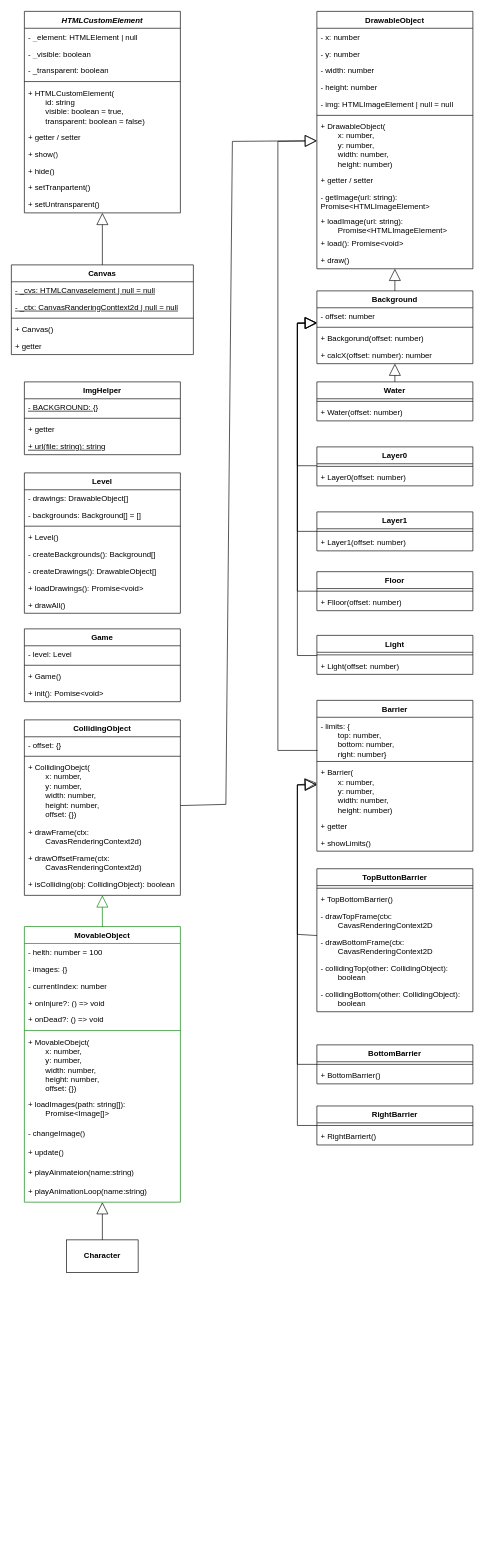
elma1989/sharkie keeps this draw.io diagram as docs/classes.drawio. Above is the earlier version. Source tidied: cells renumbered, new cells numbered last; positions are measured from the earlier drawing's top-left corner, leaving out a move shared by most shapes. Both pictures are drawn from the tidied source at 65%, with x=0, y=0 at pixel (11, 11).
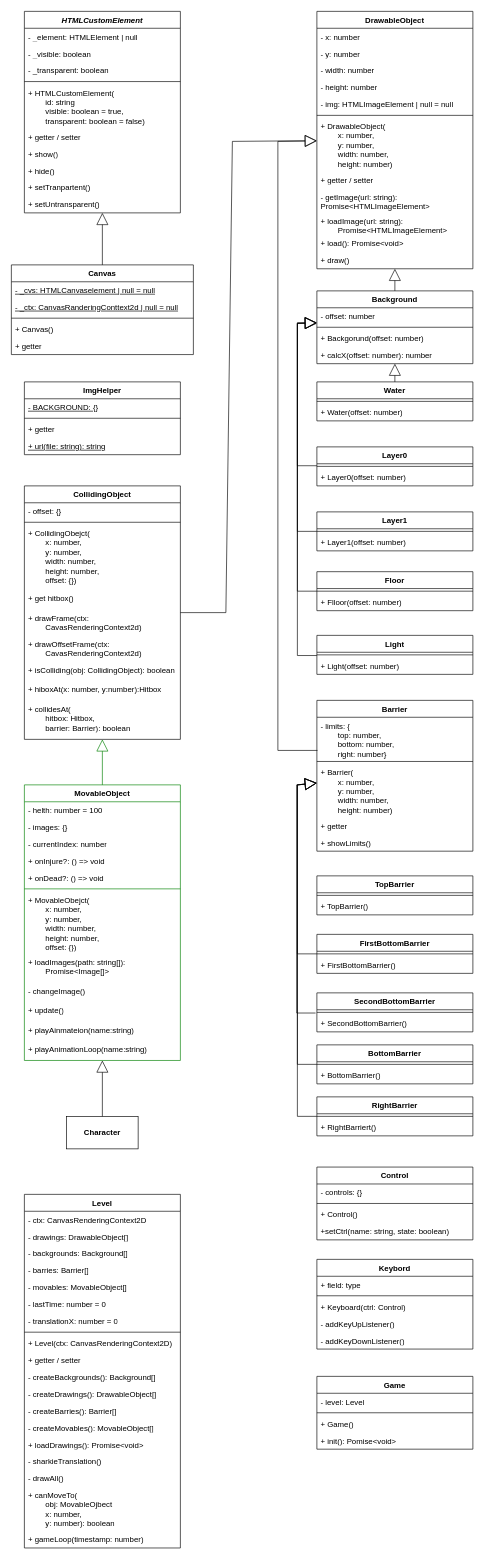
Above is the later version.

Unchanged cells that the change refers to:
```xml
<mxCell id="38" value="Barrier" style="swimlane;fontStyle=1;align=center;verticalAlign=top;horizontal=1;startSize=26;whiteSpace=wrap;html=1;" parent="1" vertex="1">
  <mxGeometry x="470" y="1060" width="240" height="232" as="geometry" />
</mxCell>
<mxCell id="45" value="BottomBarrier" style="swimlane;fontStyle=1;align=center;verticalAlign=top;horizontal=1;startSize=26;whiteSpace=wrap;html=1;" parent="1" vertex="1">
  <mxGeometry x="470" y="1590" width="240" height="60" as="geometry" />
</mxCell>
<mxCell id="72" value="DrawableObject" style="swimlane;fontStyle=1;align=center;verticalAlign=top;horizontal=1;startSize=26;whiteSpace=wrap;html=1;" parent="1" vertex="1">
  <mxGeometry x="470" width="240" height="396" as="geometry" />
</mxCell>
```

What changed in the source:
```diff
@@
     <mxCell id="12" value="Game" style="swimlane;fontStyle=1;align=center;verticalAlign=top;horizontal=1;startSize=26;whiteSpace=wrap;html=1;" parent="1" vertex="1">
-      <mxGeometry x="20" y="950" width="240" height="112" as="geometry" />
+      <mxGeometry x="470" y="2100" width="240" height="112" as="geometry" />
     </mxCell>
@@
-    <mxCell id="48" style="endArrow=block;endSize=16;endFill=0;html=1;rounded=0;" parent="1" edge="1" source="111" target="38">
+    <mxCell id="48" style="endArrow=block;endSize=16;endFill=0;html=1;rounded=0;" parent="1" edge="1" target="38">
       <mxGeometry relative="1" as="geometry">
+        <mxPoint x="470" y="1450" as="sourcePoint" />
         <Array as="points">
-          <mxPoint x="440" y="1420" />
+          <mxPoint x="440" y="1450" />
           <mxPoint x="440" y="1190" />
         </Array>
       </mxGeometry>
     </mxCell>
-    <mxCell id="49" style="endArrow=block;endSize=16;endFill=0;html=1;rounded=0;" parent="1" edge="1" source="45">
+    <mxCell id="49" style="endArrow=block;endSize=16;endFill=0;html=1;rounded=0;" parent="1" edge="1" source="45" target="38">
       <mxGeometry relative="1" as="geometry">
-        <mxPoint x="470" y="1190" as="targetPoint" />
         <Array as="points">
           <mxPoint x="440" y="1620" />
           <mxPoint x="440" y="1190" />
         </Array>
       </mxGeometry>
     </mxCell>
     <mxCell id="50" value="RightBarrier" style="swimlane;fontStyle=1;align=center;verticalAlign=top;horizontal=1;startSize=26;whiteSpace=wrap;html=1;" parent="1" vertex="1">
-      <mxGeometry x="470" y="1684" width="240" height="60" as="geometry" />
+      <mxGeometry x="470" y="1670" width="240" height="60" as="geometry" />
     </mxCell>
@@
-    <mxCell id="53" style="endArrow=block;endSize=16;endFill=0;html=1;rounded=0;" parent="1" edge="1" source="50">
+    <mxCell id="53" style="endArrow=block;endSize=16;endFill=0;html=1;rounded=0;" parent="1" edge="1" source="50" target="38">
       <mxGeometry relative="1" as="geometry">
-        <mxPoint x="470" y="1190" as="targetPoint" />
         <Array as="points">
-          <mxPoint x="440" y="1714" />
+          <mxPoint x="440" y="1700" />
           <mxPoint x="440" y="1190" />
         </Array>
       </mxGeometry>
     </mxCell>
@@
     <mxCell id="85" value="Level" style="swimlane;fontStyle=1;align=center;verticalAlign=top;horizontal=1;startSize=26;whiteSpace=wrap;html=1;" parent="1" vertex="1">
-      <mxGeometry x="20" y="710" width="240" height="216" as="geometry" />
+      <mxGeometry x="20" y="1820" width="240" height="544" as="geometry" />
     </mxCell>
+    <mxCell id="125" value="- ctx: CanvasRenderingContext2D" style="text;strokeColor=none;fillColor=none;align=left;verticalAlign=top;spacingLeft=4;spacingRight=4;overflow=hidden;whiteSpace=wrap;html=1;" parent="85" vertex="1">
+      <mxGeometry y="26" width="240" height="26" as="geometry" />
+    </mxCell>
     <mxCell id="86" value="- drawings: DrawableObject[]" style="text;strokeColor=none;fillColor=none;align=left;verticalAlign=top;spacingLeft=4;spacingRight=4;overflow=hidden;whiteSpace=wrap;html=1;" parent="85" vertex="1">
-      <mxGeometry y="26" width="240" height="26" as="geometry" />
+      <mxGeometry y="52" width="240" height="26" as="geometry" />
     </mxCell>
-    <mxCell id="87" value="- backgrounds: Background[] = []" style="text;strokeColor=none;fillColor=none;align=left;verticalAlign=top;spacingLeft=4;spacingRight=4;overflow=hidden;whiteSpace=wrap;html=1;" parent="85" vertex="1">
-      <mxGeometry y="52" width="240" height="26" as="geometry" />
+    <mxCell id="87" value="- backgrounds: Background[]" style="text;strokeColor=none;fillColor=none;align=left;verticalAlign=top;spacingLeft=4;spacingRight=4;overflow=hidden;whiteSpace=wrap;html=1;" parent="85" vertex="1">
+      <mxGeometry y="78" width="240" height="26" as="geometry" />
     </mxCell>
+    <mxCell id="126" value="- barries: Barrier[]" style="text;strokeColor=none;fillColor=none;align=left;verticalAlign=top;spacingLeft=4;spacingRight=4;overflow=hidden;whiteSpace=wrap;html=1;" parent="85" vertex="1">
+      <mxGeometry y="104" width="240" height="26" as="geometry" />
+    </mxCell>
+    <mxCell id="127" value="- movables: MovableObject[]" style="text;strokeColor=none;fillColor=none;align=left;verticalAlign=top;spacingLeft=4;spacingRight=4;overflow=hidden;whiteSpace=wrap;html=1;" parent="85" vertex="1">
+      <mxGeometry y="130" width="240" height="26" as="geometry" />
+    </mxCell>
+    <mxCell id="128" value="- lastTime: number = 0" style="text;strokeColor=none;fillColor=none;align=left;verticalAlign=top;spacingLeft=4;spacingRight=4;overflow=hidden;whiteSpace=wrap;html=1;" parent="85" vertex="1">
+      <mxGeometry y="156" width="240" height="26" as="geometry" />
+    </mxCell>
+    <mxCell id="129" value="- translationX: number = 0" style="text;strokeColor=none;fillColor=none;align=left;verticalAlign=top;spacingLeft=4;spacingRight=4;overflow=hidden;whiteSpace=wrap;html=1;" parent="85" vertex="1">
+      <mxGeometry y="182" width="240" height="26" as="geometry" />
+    </mxCell>
     <mxCell id="88" style="line;strokeWidth=1;fillColor=none;align=left;verticalAlign=middle;spacingTop=-1;spacingLeft=3;spacingRight=3;labelPosition=right;strokeColor=inherit;" parent="85" vertex="1">
-      <mxGeometry y="78" width="240" height="8" as="geometry" />
+      <mxGeometry y="208" width="240" height="8" as="geometry" />
     </mxCell>
-    <mxCell id="89" value="+ Level()" style="text;strokeColor=none;fillColor=none;align=left;verticalAlign=top;spacingLeft=4;spacingRight=4;overflow=hidden;whiteSpace=wrap;html=1;" parent="85" vertex="1">
-      <mxGeometry y="86" width="240" height="26" as="geometry" />
+    <mxCell id="89" value="+ Level(ctx: CanvasRenderingContext2D)" style="text;strokeColor=none;fillColor=none;align=left;verticalAlign=top;spacingLeft=4;spacingRight=4;overflow=hidden;whiteSpace=wrap;html=1;" parent="85" vertex="1">
+      <mxGeometry y="216" width="240" height="26" as="geometry" />
     </mxCell>
+    <mxCell id="130" value="+ getter / setter" style="text;strokeColor=none;fillColor=none;align=left;verticalAlign=top;spacingLeft=4;spacingRight=4;overflow=hidden;whiteSpace=wrap;html=1;" parent="85" vertex="1">
+      <mxGeometry y="242" width="240" height="26" as="geometry" />
+    </mxCell>
     <mxCell id="90" value="- createBackgrounds(): Background[]" style="text;strokeColor=none;fillColor=none;align=left;verticalAlign=top;spacingLeft=4;spacingRight=4;overflow=hidden;whiteSpace=wrap;html=1;" parent="85" vertex="1">
-      <mxGeometry y="112" width="240" height="26" as="geometry" />
+      <mxGeometry y="268" width="240" height="26" as="geometry" />
     </mxCell>
     <mxCell id="91" value="- createDrawings(): DrawableObject[]" style="text;strokeColor=none;fillColor=none;align=left;verticalAlign=top;spacingLeft=4;spacingRight=4;overflow=hidden;whiteSpace=wrap;html=1;" parent="85" vertex="1">
-      <mxGeometry y="138" width="240" height="26" as="geometry" />
+      <mxGeometry y="294" width="240" height="26" as="geometry" />
     </mxCell>
+    <mxCell id="131" value="- createBarries(): Barrier[]" style="text;strokeColor=none;fillColor=none;align=left;verticalAlign=top;spacingLeft=4;spacingRight=4;overflow=hidden;whiteSpace=wrap;html=1;" parent="85" vertex="1">
+      <mxGeometry y="320" width="240" height="26" as="geometry" />
+    </mxCell>
+    <mxCell id="132" value="- createMovables(): MovableObject[]" style="text;strokeColor=none;fillColor=none;align=left;verticalAlign=top;spacingLeft=4;spacingRight=4;overflow=hidden;whiteSpace=wrap;html=1;" parent="85" vertex="1">
+      <mxGeometry y="346" width="240" height="26" as="geometry" />
+    </mxCell>
     <mxCell id="92" value="+ loadDrawings(): Promise&amp;lt;void&amp;gt;" style="text;strokeColor=none;fillColor=none;align=left;verticalAlign=top;spacingLeft=4;spacingRight=4;overflow=hidden;whiteSpace=wrap;html=1;" parent="85" vertex="1">
-      <mxGeometry y="164" width="240" height="26" as="geometry" />
+      <mxGeometry y="372" width="240" height="26" as="geometry" />
     </mxCell>
+    <mxCell id="133" value="- sharkieTranslation()" style="text;strokeColor=none;fillColor=none;align=left;verticalAlign=top;spacingLeft=4;spacingRight=4;overflow=hidden;whiteSpace=wrap;html=1;" parent="85" vertex="1">
+      <mxGeometry y="398" width="240" height="26" as="geometry" />
+    </mxCell>
-    <mxCell id="93" value="+ drawAll()" style="text;strokeColor=none;fillColor=none;align=left;verticalAlign=top;spacingLeft=4;spacingRight=4;overflow=hidden;whiteSpace=wrap;html=1;" parent="85" vertex="1">
-      <mxGeometry y="190" width="240" height="26" as="geometry" />
+    <mxCell id="93" value="- drawAll()" style="text;strokeColor=none;fillColor=none;align=left;verticalAlign=top;spacingLeft=4;spacingRight=4;overflow=hidden;whiteSpace=wrap;html=1;" parent="85" vertex="1">
+      <mxGeometry y="424" width="240" height="26" as="geometry" />
     </mxCell>
+    <mxCell id="134" value="+ canMoveTo(&lt;div&gt;&lt;span style=&quot;white-space: pre;&quot;&gt;&#9;obj: MovableOjbect&lt;span style=&quot;white-space: pre;&quot;&gt;&#9;&lt;/span&gt;&lt;/span&gt;&lt;/div&gt;&lt;div&gt;&lt;span style=&quot;white-space: pre;&quot;&gt;&#9;&lt;/span&gt;x: number,&lt;br&gt;&lt;/div&gt;&lt;div&gt;&lt;span style=&quot;white-space: pre;&quot;&gt;&#9;&lt;/span&gt;y: number): boolean&lt;br&gt;&lt;/div&gt;&lt;div&gt;&lt;span style=&quot;white-space: pre;&quot;&gt;&#9;&lt;/span&gt;&lt;br&gt;&lt;/div&gt;" style="text;strokeColor=none;fillColor=none;align=left;verticalAlign=top;spacingLeft=4;spacingRight=4;overflow=hidden;whiteSpace=wrap;html=1;" parent="85" vertex="1">
+      <mxGeometry y="450" width="240" height="68" as="geometry" />
+    </mxCell>
+    <mxCell id="135" value="+ gameLoop(timestamp: number)" style="text;strokeColor=none;fillColor=none;align=left;verticalAlign=top;spacingLeft=4;spacingRight=4;overflow=hidden;whiteSpace=wrap;html=1;" parent="85" vertex="1">
+      <mxGeometry y="518" width="240" height="26" as="geometry" />
+    </mxCell>
     <mxCell id="94" style="endArrow=block;endSize=16;endFill=0;html=1;rounded=0;strokeColor=default;" parent="1" edge="1" source="118" target="72">
       <mxGeometry relative="1" as="geometry">
         <Array as="points">
-          <mxPoint x="330" y="1220" />
+          <mxPoint x="330" y="925" />
           <mxPoint x="340" y="200" />
         </Array>
       </mxGeometry>
     </mxCell>
     <mxCell id="95" value="&lt;b&gt;Character&lt;/b&gt;" style="html=1;whiteSpace=wrap;strokeColor=default;" parent="1" vertex="1">
-      <mxGeometry x="85" y="1890" width="110" height="50" as="geometry" />
+      <mxGeometry x="85" y="1700" width="110" height="50" as="geometry" />
     </mxCell>
@@
     <mxCell id="97" value="MovableObject" style="swimlane;fontStyle=1;align=center;verticalAlign=top;horizontal=1;startSize=26;whiteSpace=wrap;html=1;strokeColor=light-dark(#008000,#80FF80);" parent="1" vertex="1">
-      <mxGeometry x="20" y="1408" width="240" height="424" as="geometry" />
+      <mxGeometry x="20" y="1190" width="240" height="424" as="geometry" />
     </mxCell>
@@
-    <mxCell id="111" value="TopButtonBarrier" style="swimlane;fontStyle=1;align=center;verticalAlign=top;horizontal=1;startSize=26;whiteSpace=wrap;html=1;" parent="1" vertex="1">
-      <mxGeometry x="470" y="1319" width="240" height="220" as="geometry" />
-    </mxCell>
-    <mxCell id="112" style="line;strokeWidth=1;fillColor=none;align=left;verticalAlign=middle;spacingTop=-1;spacingLeft=3;spacingRight=3;labelPosition=right;strokeColor=inherit;" parent="111" vertex="1">
-      <mxGeometry y="26" width="240" height="8" as="geometry" />
-    </mxCell>
-    <mxCell id="113" value="+ TopBottomBarrier()" style="text;strokeColor=none;fillColor=none;align=left;verticalAlign=top;spacingLeft=4;spacingRight=4;overflow=hidden;whiteSpace=wrap;html=1;" parent="111" vertex="1">
-      <mxGeometry y="34" width="240" height="26" as="geometry" />
-    </mxCell>
-    <mxCell id="114" value="- drawTopFrame(ctx:&lt;div&gt;&lt;span style=&quot;white-space: pre;&quot;&gt;&#9;&lt;/span&gt;CavasRenderingContext2D&lt;br&gt;&lt;/div&gt;" style="text;strokeColor=none;fillColor=none;align=left;verticalAlign=top;spacingLeft=4;spacingRight=4;overflow=hidden;whiteSpace=wrap;html=1;" parent="111" vertex="1">
-      <mxGeometry y="60" width="240" height="40" as="geometry" />
-    </mxCell>
-    <mxCell id="115" value="- drawBottomFrame(ctx:&lt;div&gt;&lt;span style=&quot;white-space: pre;&quot;&gt;&#9;&lt;/span&gt;CavasRenderingContext2D&lt;br&gt;&lt;/div&gt;" style="text;strokeColor=none;fillColor=none;align=left;verticalAlign=top;spacingLeft=4;spacingRight=4;overflow=hidden;whiteSpace=wrap;html=1;" parent="111" vertex="1">
-      <mxGeometry y="100" width="240" height="40" as="geometry" />
-    </mxCell>
-    <mxCell id="116" value="- collidingTop(other: CollidingObject):&lt;div&gt;&lt;span style=&quot;white-space: pre;&quot;&gt;&#9;&lt;/span&gt;boolean&lt;br&gt;&lt;/div&gt;" style="text;strokeColor=none;fillColor=none;align=left;verticalAlign=top;spacingLeft=4;spacingRight=4;overflow=hidden;whiteSpace=wrap;html=1;" parent="111" vertex="1">
-      <mxGeometry y="140" width="240" height="40" as="geometry" />
-    </mxCell>
-    <mxCell id="117" value="- collidingBottom(other: CollidingObject):&lt;div&gt;&lt;span style=&quot;white-space: pre;&quot;&gt;&#9;&lt;/span&gt;boolean&lt;br&gt;&lt;/div&gt;" style="text;strokeColor=none;fillColor=none;align=left;verticalAlign=top;spacingLeft=4;spacingRight=4;overflow=hidden;whiteSpace=wrap;html=1;" parent="111" vertex="1">
-      <mxGeometry y="180" width="240" height="40" as="geometry" />
-    </mxCell>
     <mxCell id="118" value="CollidingObject" style="swimlane;fontStyle=1;align=center;verticalAlign=top;horizontal=1;startSize=26;whiteSpace=wrap;html=1;" parent="1" vertex="1">
-      <mxGeometry x="20" y="1090" width="240" height="270" as="geometry" />
+      <mxGeometry x="20" y="730" width="240" height="390" as="geometry" />
     </mxCell>
@@
+    <mxCell id="136" value="+ get hitbox()" style="text;strokeColor=none;fillColor=none;align=left;verticalAlign=top;spacingLeft=4;spacingRight=4;overflow=hidden;whiteSpace=wrap;html=1;" parent="118" vertex="1">
+      <mxGeometry y="160" width="240" height="30" as="geometry" />
+    </mxCell>
     <mxCell id="122" value="+ drawFrame(ctx:&lt;div&gt;&lt;span style=&quot;white-space: pre;&quot;&gt;&#9;&lt;/span&gt;CavasRenderingContext2d)&lt;/div&gt;" style="text;strokeColor=none;fillColor=none;align=left;verticalAlign=top;spacingLeft=4;spacingRight=4;overflow=hidden;whiteSpace=wrap;html=1;" parent="118" vertex="1">
-      <mxGeometry y="160" width="240" height="40" as="geometry" />
+      <mxGeometry y="190" width="240" height="40" as="geometry" />
     </mxCell>
     <mxCell id="123" value="+ drawOffsetFrame(ctx:&lt;div&gt;&lt;span style=&quot;white-space: pre;&quot;&gt;&#9;&lt;/span&gt;CavasRenderingContext2d)&lt;/div&gt;" style="text;strokeColor=none;fillColor=none;align=left;verticalAlign=top;spacingLeft=4;spacingRight=4;overflow=hidden;whiteSpace=wrap;html=1;" parent="118" vertex="1">
-      <mxGeometry y="200" width="240" height="40" as="geometry" />
+      <mxGeometry y="230" width="240" height="40" as="geometry" />
     </mxCell>
     <mxCell id="124" value="+ isColliding(obj: CollidingObject): boolean" style="text;strokeColor=none;fillColor=none;align=left;verticalAlign=top;spacingLeft=4;spacingRight=4;overflow=hidden;whiteSpace=wrap;html=1;" parent="118" vertex="1">
-      <mxGeometry y="240" width="240" height="30" as="geometry" />
+      <mxGeometry y="270" width="240" height="30" as="geometry" />
     </mxCell>
+    <mxCell id="137" value="+ hiboxAt(x: number, y:number):&lt;span style=&quot;background-color: transparent; color: light-dark(rgb(0, 0, 0), rgb(255, 255, 255));&quot;&gt;Hitbox&lt;/span&gt;" style="text;strokeColor=none;fillColor=none;align=left;verticalAlign=top;spacingLeft=4;spacingRight=4;overflow=hidden;whiteSpace=wrap;html=1;" parent="118" vertex="1">
+      <mxGeometry y="300" width="240" height="30" as="geometry" />
+    </mxCell>
+    <mxCell id="138" value="+ collidesAt(&lt;div&gt;&lt;span style=&quot;white-space: pre;&quot;&gt;&#9;&lt;/span&gt;hitbox: Hitbox,&lt;br&gt;&lt;/div&gt;&lt;div&gt;&lt;span style=&quot;white-space: pre;&quot;&gt;&#9;&lt;/span&gt;barrier: Barrier): boolean&lt;br&gt;&lt;/div&gt;" style="text;strokeColor=none;fillColor=none;align=left;verticalAlign=top;spacingLeft=4;spacingRight=4;overflow=hidden;whiteSpace=wrap;html=1;" parent="118" vertex="1">
+      <mxGeometry y="330" width="240" height="60" as="geometry" />
+    </mxCell>
+    <mxCell id="139" value="Keybord" style="swimlane;fontStyle=1;align=center;verticalAlign=top;horizontal=1;startSize=26;whiteSpace=wrap;html=1;" parent="1" vertex="1">
+      <mxGeometry x="470" y="1920" width="240" height="138" as="geometry" />
+    </mxCell>
+    <mxCell id="140" value="+ field: type" style="text;strokeColor=none;fillColor=none;align=left;verticalAlign=top;spacingLeft=4;spacingRight=4;overflow=hidden;whiteSpace=wrap;html=1;" parent="139" vertex="1">
+      <mxGeometry y="26" width="240" height="26" as="geometry" />
+    </mxCell>
+    <mxCell id="141" style="line;strokeWidth=1;fillColor=none;align=left;verticalAlign=middle;spacingTop=-1;spacingLeft=3;spacingRight=3;labelPosition=right;strokeColor=inherit;" parent="139" vertex="1">
+      <mxGeometry y="52" width="240" height="8" as="geometry" />
+    </mxCell>
+    <mxCell id="142" value="+ Keyboard(ctrl: Control)" style="text;strokeColor=none;fillColor=none;align=left;verticalAlign=top;spacingLeft=4;spacingRight=4;overflow=hidden;whiteSpace=wrap;html=1;" parent="139" vertex="1">
+      <mxGeometry y="60" width="240" height="26" as="geometry" />
+    </mxCell>
+    <mxCell id="143" value="- addKeyUpListener()" style="text;strokeColor=none;fillColor=none;align=left;verticalAlign=top;spacingLeft=4;spacingRight=4;overflow=hidden;whiteSpace=wrap;html=1;" parent="139" vertex="1">
+      <mxGeometry y="86" width="240" height="26" as="geometry" />
+    </mxCell>
+    <mxCell id="144" value="- addKeyDownListener()" style="text;strokeColor=none;fillColor=none;align=left;verticalAlign=top;spacingLeft=4;spacingRight=4;overflow=hidden;whiteSpace=wrap;html=1;" parent="139" vertex="1">
+      <mxGeometry y="112" width="240" height="26" as="geometry" />
+    </mxCell>
+    <mxCell id="145" value="Control" style="swimlane;fontStyle=1;align=center;verticalAlign=top;horizontal=1;startSize=26;whiteSpace=wrap;html=1;" parent="1" vertex="1">
+      <mxGeometry x="470" y="1778" width="240" height="112" as="geometry" />
+    </mxCell>
+    <mxCell id="146" value="- controls: {}" style="text;strokeColor=none;fillColor=none;align=left;verticalAlign=top;spacingLeft=4;spacingRight=4;overflow=hidden;whiteSpace=wrap;html=1;" parent="145" vertex="1">
+      <mxGeometry y="26" width="240" height="26" as="geometry" />
+    </mxCell>
+    <mxCell id="147" style="line;strokeWidth=1;fillColor=none;align=left;verticalAlign=middle;spacingTop=-1;spacingLeft=3;spacingRight=3;labelPosition=right;strokeColor=inherit;" parent="145" vertex="1">
+      <mxGeometry y="52" width="240" height="8" as="geometry" />
+    </mxCell>
+    <mxCell id="148" value="+ Control()" style="text;strokeColor=none;fillColor=none;align=left;verticalAlign=top;spacingLeft=4;spacingRight=4;overflow=hidden;whiteSpace=wrap;html=1;" parent="145" vertex="1">
+      <mxGeometry y="60" width="240" height="26" as="geometry" />
+    </mxCell>
+    <mxCell id="149" value="+setCtrl(name: string, state: boolean)" style="text;strokeColor=none;fillColor=none;align=left;verticalAlign=top;spacingLeft=4;spacingRight=4;overflow=hidden;whiteSpace=wrap;html=1;" parent="145" vertex="1">
+      <mxGeometry y="86" width="240" height="26" as="geometry" />
+    </mxCell>
+    <mxCell id="150" value="TopBarrier" style="swimlane;fontStyle=1;align=center;verticalAlign=top;horizontal=1;startSize=26;whiteSpace=wrap;html=1;" parent="1" vertex="1">
+      <mxGeometry x="470" y="1330" width="240" height="60" as="geometry" />
+    </mxCell>
+    <mxCell id="151" style="line;strokeWidth=1;fillColor=none;align=left;verticalAlign=middle;spacingTop=-1;spacingLeft=3;spacingRight=3;labelPosition=right;strokeColor=inherit;" parent="150" vertex="1">
+      <mxGeometry y="26" width="240" height="8" as="geometry" />
+    </mxCell>
+    <mxCell id="152" value="+ TopBarrier()" style="text;strokeColor=none;fillColor=none;align=left;verticalAlign=top;spacingLeft=4;spacingRight=4;overflow=hidden;whiteSpace=wrap;html=1;" parent="150" vertex="1">
+      <mxGeometry y="34" width="240" height="26" as="geometry" />
+    </mxCell>
+    <mxCell id="153" value="FirstBottomBarrier" style="swimlane;fontStyle=1;align=center;verticalAlign=top;horizontal=1;startSize=26;whiteSpace=wrap;html=1;" parent="1" vertex="1">
+      <mxGeometry x="470" y="1420" width="240" height="60" as="geometry" />
+    </mxCell>
+    <mxCell id="154" style="line;strokeWidth=1;fillColor=none;align=left;verticalAlign=middle;spacingTop=-1;spacingLeft=3;spacingRight=3;labelPosition=right;strokeColor=inherit;" parent="153" vertex="1">
+      <mxGeometry y="26" width="240" height="8" as="geometry" />
+    </mxCell>
+    <mxCell id="155" value="+ FirstBottomBarrier()" style="text;strokeColor=none;fillColor=none;align=left;verticalAlign=top;spacingLeft=4;spacingRight=4;overflow=hidden;whiteSpace=wrap;html=1;" parent="153" vertex="1">
+      <mxGeometry y="34" width="240" height="26" as="geometry" />
+    </mxCell>
+    <mxCell id="156" value="SecondBottomBarrier" style="swimlane;fontStyle=1;align=center;verticalAlign=top;horizontal=1;startSize=26;whiteSpace=wrap;html=1;" parent="1" vertex="1">
+      <mxGeometry x="470" y="1510" width="240" height="60" as="geometry" />
+    </mxCell>
+    <mxCell id="157" style="line;strokeWidth=1;fillColor=none;align=left;verticalAlign=middle;spacingTop=-1;spacingLeft=3;spacingRight=3;labelPosition=right;strokeColor=inherit;" parent="156" vertex="1">
+      <mxGeometry y="26" width="240" height="8" as="geometry" />
+    </mxCell>
+    <mxCell id="158" value="+ SecondBottomBarrier()" style="text;strokeColor=none;fillColor=none;align=left;verticalAlign=top;spacingLeft=4;spacingRight=4;overflow=hidden;whiteSpace=wrap;html=1;" parent="156" vertex="1">
+      <mxGeometry y="34" width="240" height="26" as="geometry" />
+    </mxCell>
+    <mxCell id="159" style="endArrow=block;endSize=16;endFill=0;html=1;rounded=0;" parent="1" edge="1" target="38">
+      <mxGeometry relative="1" as="geometry">
+        <mxPoint x="468" y="1541" as="sourcePoint" />
+        <Array as="points">
+          <mxPoint x="439" y="1541" />
+          <mxPoint x="439" y="1190" />
+        </Array>
+      </mxGeometry>
+    </mxCell>
```
